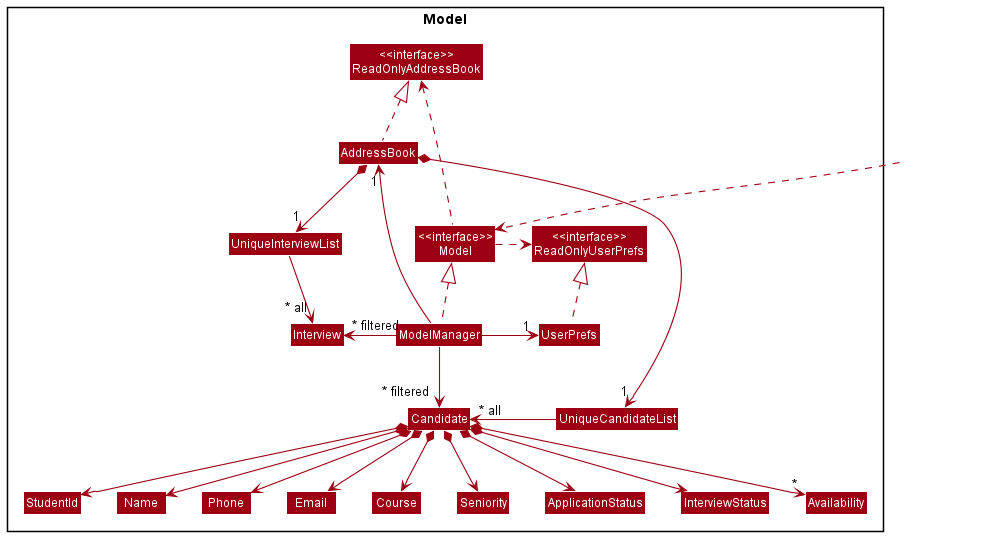
nus-cs2103-AY2122S2/tp keeps this PlantUML diagram as docs/images/ModelClassDiagram.png. Above is the earlier version.
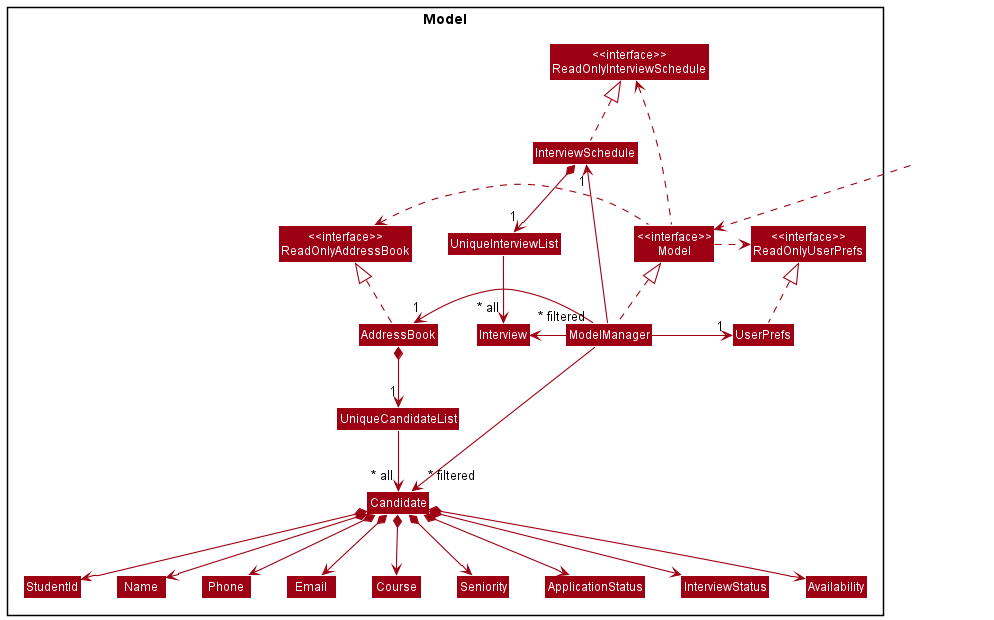
After the change.

Commit message:
Add interview related entites to class diagram

Diff of the diagram source:
```diff
@@ -7,8 +7,10 @@
 Package Model <<Rectangle>>{
 Class "<<interface>>\nReadOnlyAddressBook" as ReadOnlyAddressBook
 Class "<<interface>>\nReadOnlyUserPrefs" as ReadOnlyUserPrefs
+Class "<<interface>>\nReadOnlyInterviewSchedule" as ReadOnlyInterviewSchedule
 Class "<<interface>>\nModel" as Model
 Class AddressBook
+Class InterviewSchedule
 Class ModelManager
 Class UserPrefs
 
@@ -33,19 +35,22 @@
 HiddenOutside ..> Model
 
 AddressBook .up.|> ReadOnlyAddressBook
+InterviewSchedule .up.|> ReadOnlyInterviewSchedule
 
 ModelManager .up.|> Model
 Model .right.> ReadOnlyUserPrefs
 Model .left.> ReadOnlyAddressBook
+Model .left.> ReadOnlyInterviewSchedule
 ModelManager -left-> "1" AddressBook
+ModelManager -up-> "1" InterviewSchedule
 ModelManager -right-> "1" UserPrefs
 UserPrefs .up.|> ReadOnlyUserPrefs
 
-AddressBook *--> "1" UniqueInterviewList
+InterviewSchedule *--> "1" UniqueInterviewList
 UniqueInterviewList --> "~* all" Interview
 
 AddressBook *--> "1" UniqueCandidateList
-UniqueCandidateList -left-> "~* all" Candidate
+UniqueCandidateList --> "~* all" Candidate
 Candidate *--> StudentId
 Candidate *--> Name
 Candidate *--> Phone
@@ -54,7 +59,7 @@
 Candidate *--> Seniority
 Candidate *--> ApplicationStatus
 Candidate *--> InterviewStatus
-Candidate *--> "*" Availability
+Candidate *--> Availability
 
 StudentId -[hidden]right-> Name
 Name -[hidden]right-> Phone
```
